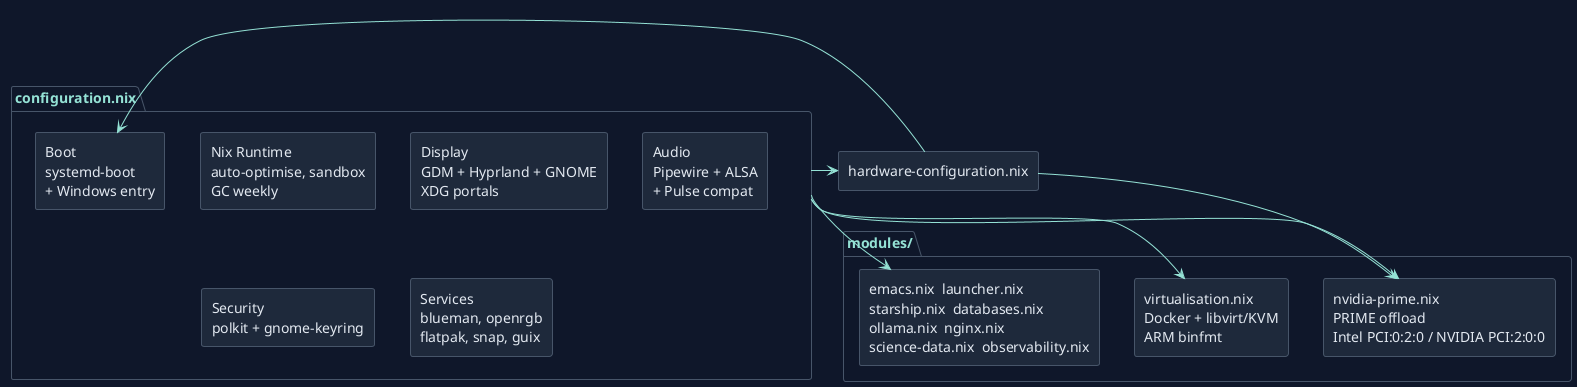
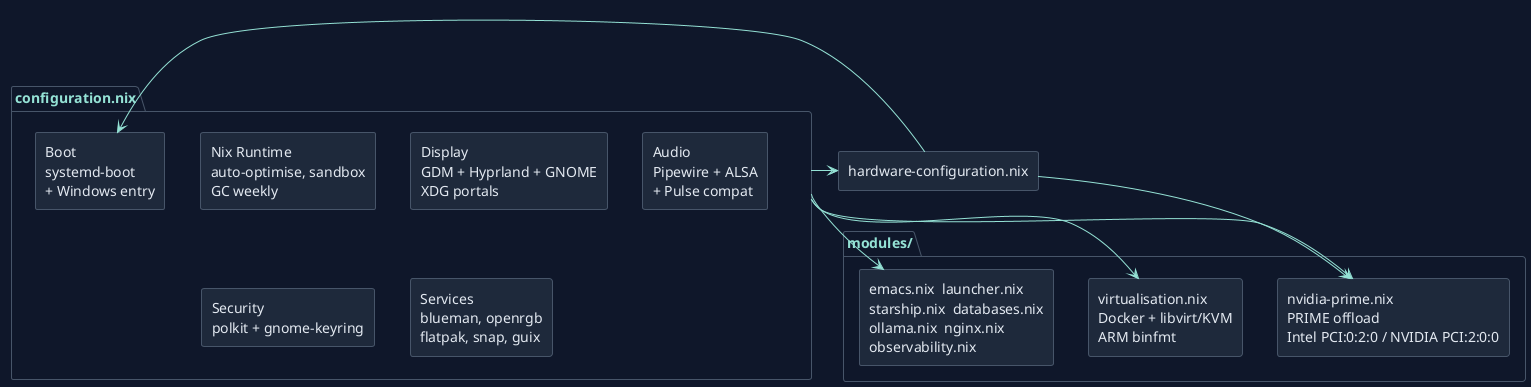
@startuml system-architecture
!theme plain
skinparam backgroundColor #0f172a
skinparam defaultFontColor #e2e8f0
skinparam arrowColor #94e2d5
skinparam borderColor #475569
skinparam shadowing false

skinparam rectangle {
  BackgroundColor #1e293b
  BorderColor #475569
  FontColor #e2e8f0
}
skinparam package {
  BackgroundColor #0f172a
  BorderColor #475569
  FontColor #94e2d5
}

package "configuration.nix" {
  rectangle "Boot\nsystemd-boot\n+ Windows entry" as boot
  rectangle "Nix Runtime\nauto-optimise, sandbox\nGC weekly" as nix
  rectangle "Display\nGDM + Hyprland + GNOME\nXDG portals" as display
  rectangle "Audio\nPipewire + ALSA\n+ Pulse compat" as audio
  rectangle "Security\npolkit + gnome-keyring" as sec
  rectangle "Services\nblueman, openrgb\nflatpak, snap, guix" as svc
}

package "modules/" {
  rectangle "nvidia-prime.nix\nPRIME offload\nIntel PCI:0:2:0 / NVIDIA PCI:2:0:0" as nvidia
  rectangle "virtualisation.nix\nDocker + libvirt/KVM\nARM binfmt" as virt
-   rectangle "emacs.nix  launcher.nix\nstarship.nix  databases.nix\nollama.nix  nginx.nix\nscience-data.nix  observability.nix" as mods
+   rectangle "emacs.nix  launcher.nix\nstarship.nix  databases.nix\nollama.nix  nginx.nix\nobservability.nix" as mods
}

rectangle "hardware-configuration.nix" as hw

hw --> boot
hw --> nvidia
"configuration.nix" --> hw
"configuration.nix" --> nvidia
"configuration.nix" --> virt
"configuration.nix" --> mods

@enduml
